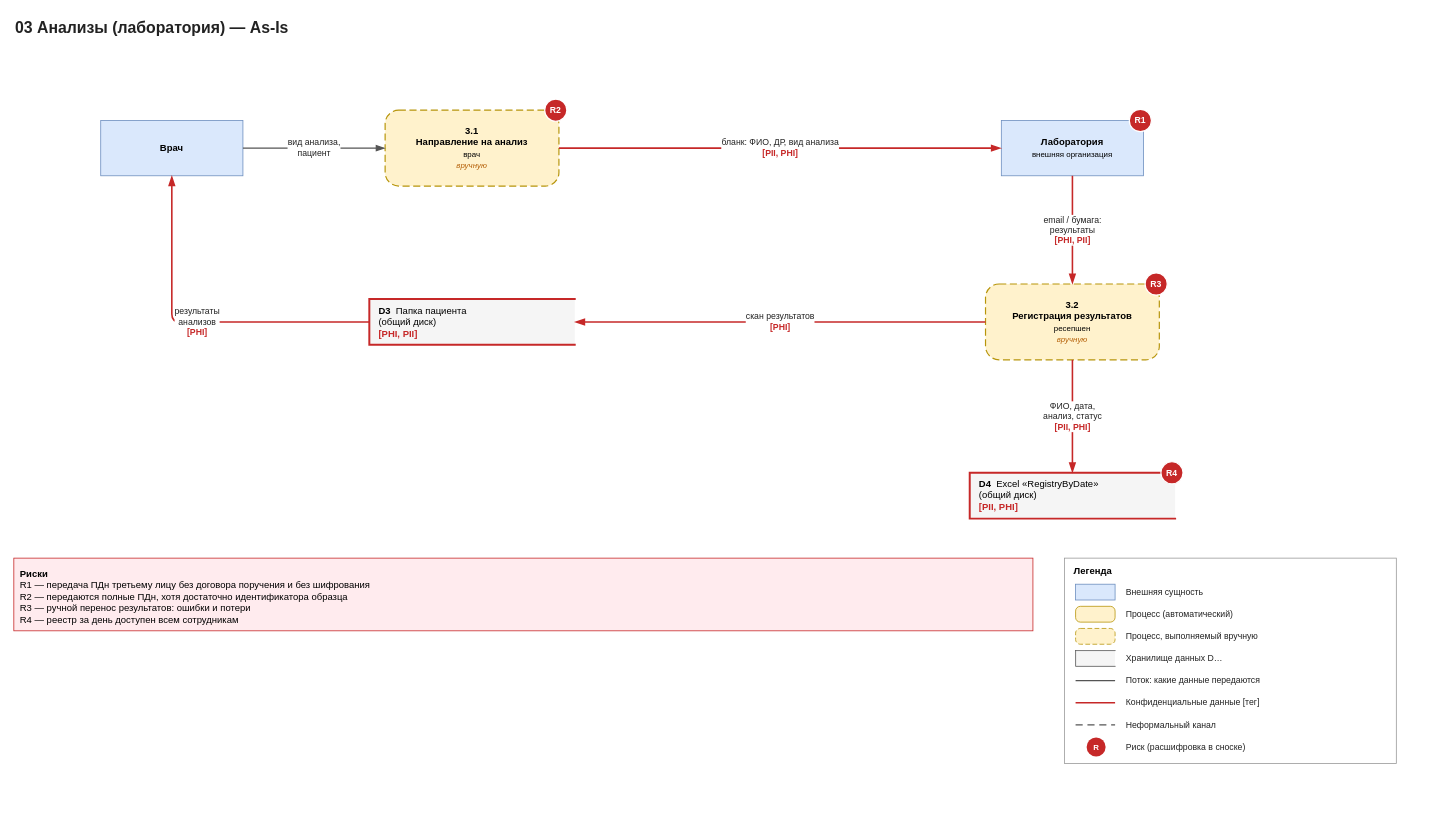
Before: page "As-Is" (1 of 2) of Task1/dfd/03-analizy.drawio in iudanet/architecture-medikamente, a draw.io diagram. Source tidied: cells renumbered, new cells numbered last; positions are measured from the earlier drawing's top-left corner, leaving out a move shared by most shapes. Both pictures are drawn from the tidied source at 79%, with x=0, y=0 at pixel (13, 13).
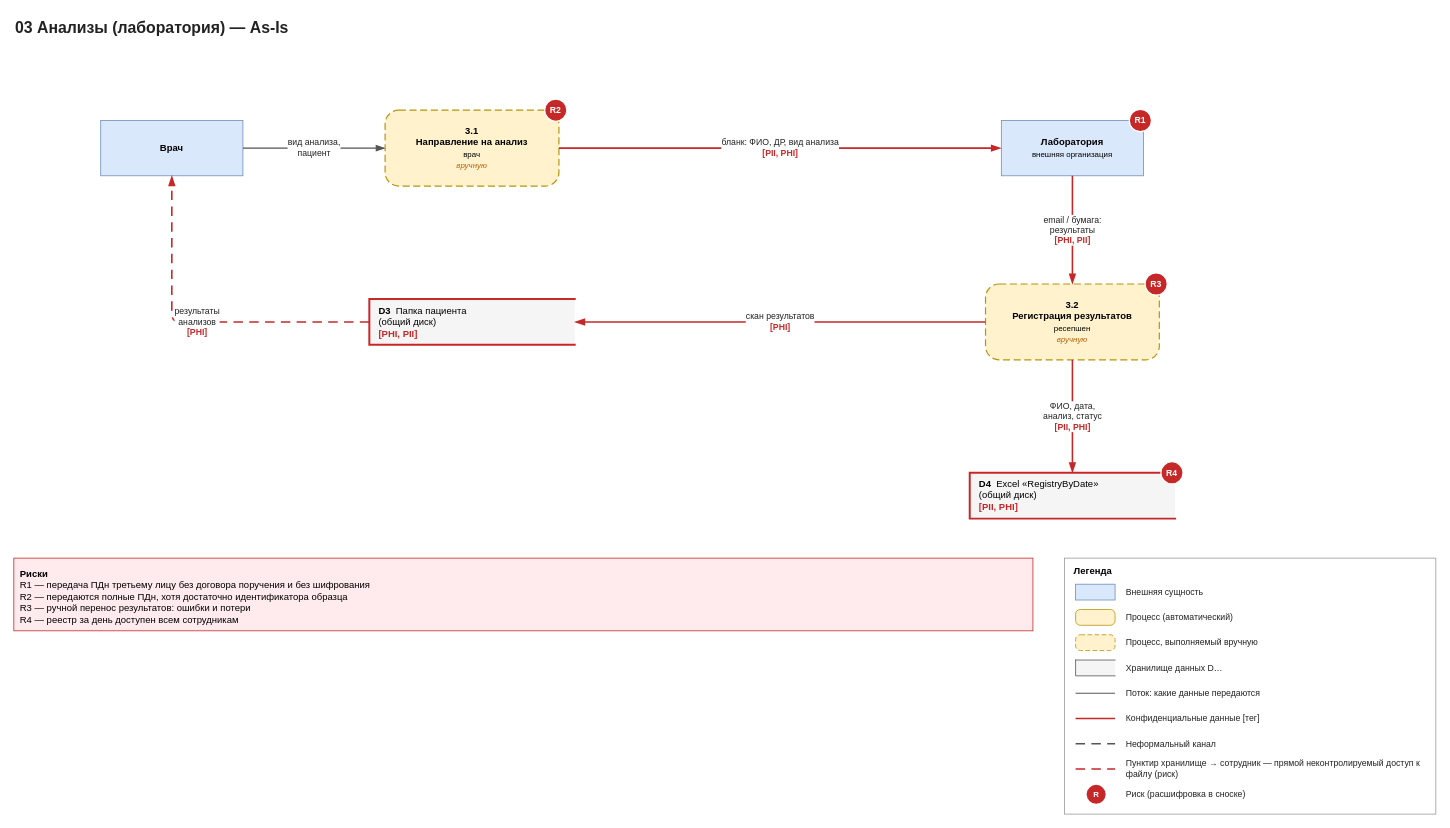
The same diagram, later.

Unchanged cells that the change refers to:
```xml
<mxCell id="3" value="&lt;b&gt;Врач&lt;/b&gt;" style="rounded=0;whiteSpace=wrap;html=1;fillColor=#DAE8FC;strokeColor=#6C8EBF;fontSize=12;spacing=4;" parent="1" vertex="1">
  <mxGeometry x="110" y="135" width="180" height="70" as="geometry" />
</mxCell>
<mxCell id="6" value="&lt;b&gt;D3&lt;/b&gt;&amp;nbsp;&amp;nbsp;Папка пациента&lt;br&gt;(общий диск)&lt;br&gt;&lt;font color=&quot;#C62828&quot;&gt;&lt;b&gt;[PHI, PII]&lt;/b&gt;&lt;/font&gt;" style="shape=partialRectangle;right=0;whiteSpace=wrap;html=1;fillColor=#F5F5F5;strokeColor=#555555;strokeWidth=1.5;fontSize=12;align=left;spacingLeft=10;strokeColor=#C62828;strokeWidth=2.5;" parent="1" vertex="1">
  <mxGeometry x="450" y="361" width="260" height="58" as="geometry" />
</mxCell>
```

Diff of the diagram source:
```diff
@@
-    <mxCell id="14" value="результаты&lt;br&gt;анализов&lt;br&gt;&lt;font color=&quot;#C62828&quot;&gt;&lt;b&gt;[PHI]&lt;/b&gt;&lt;/font&gt;" style="edgeStyle=orthogonalEdgeStyle;rounded=1;html=1;endArrow=blockThin;endFill=1;endSize=8;strokeColor=#C62828;strokeWidth=2;fontSize=11;fontColor=#222222;labelBackgroundColor=#FFFFFF;jumpStyle=arc;jumpSize=10;exitX=0;exitY=0.5;exitDx=0;exitDy=0;entryX=0.5;entryY=1;entryDx=0;entryDy=0;" parent="1" edge="1" source="6" target="3">
+    <mxCell id="14" value="результаты&lt;br&gt;анализов&lt;br&gt;&lt;font color=&quot;#C62828&quot;&gt;&lt;b&gt;[PHI]&lt;/b&gt;&lt;/font&gt;" style="edgeStyle=orthogonalEdgeStyle;rounded=1;html=1;endArrow=blockThin;endFill=1;endSize=8;strokeColor=#C62828;strokeWidth=2;fontSize=11;fontColor=#222222;labelBackgroundColor=#FFFFFF;jumpStyle=arc;jumpSize=10;dashed=1;dashPattern=6 4;exitX=0;exitY=0.5;exitDx=0;exitDy=0;entryX=0.5;entryY=1;entryDx=0;entryDy=0;" parent="1" edge="1" source="6" target="3">
       <mxGeometry relative="1" as="geometry" />
     </mxCell>
@@
     <mxCell id="20" value="&lt;b&gt;Легенда&lt;/b&gt;" style="rounded=0;whiteSpace=wrap;html=1;fillColor=#FFFFFF;strokeColor=#999999;align=left;verticalAlign=top;spacingLeft=10;spacingTop=2;fontSize=12;" parent="1" vertex="1">
-      <mxGeometry x="1330" y="689" width="420" height="260" as="geometry" />
+      <mxGeometry x="1330" y="689" width="470" height="324" as="geometry" />
     </mxCell>
@@
     <mxCell id="22" value="Внешняя сущность" style="text;html=1;whiteSpace=wrap;align=left;verticalAlign=middle;fontSize=11;fontColor=#222222;" parent="1" vertex="1">
-      <mxGeometry x="1406" y="719" width="336" height="26" as="geometry" />
+      <mxGeometry x="1406" y="717" width="386" height="30" as="geometry" />
     </mxCell>
     <mxCell id="23" style="rounded=1;arcSize=30;html=1;fillColor=#FFF2CC;strokeColor=#B7950B;" parent="1" vertex="1">
-      <mxGeometry x="1344" y="750" width="50" height="20" as="geometry" />
+      <mxGeometry x="1344" y="754" width="50" height="20" as="geometry" />
     </mxCell>
     <mxCell id="24" value="Процесс (автоматический)" style="text;html=1;whiteSpace=wrap;align=left;verticalAlign=middle;fontSize=11;fontColor=#222222;" parent="1" vertex="1">
-      <mxGeometry x="1406" y="747" width="336" height="26" as="geometry" />
+      <mxGeometry x="1406" y="749" width="386" height="30" as="geometry" />
     </mxCell>
     <mxCell id="25" style="rounded=1;arcSize=30;html=1;fillColor=#FFF2CC;strokeColor=#B7950B;dashed=1;dashPattern=6 3;" parent="1" vertex="1">
-      <mxGeometry x="1344" y="778" width="50" height="20" as="geometry" />
+      <mxGeometry x="1344" y="786" width="50" height="20" as="geometry" />
     </mxCell>
     <mxCell id="26" value="Процесс, выполняемый вручную" style="text;html=1;whiteSpace=wrap;align=left;verticalAlign=middle;fontSize=11;fontColor=#222222;" parent="1" vertex="1">
-      <mxGeometry x="1406" y="775" width="336" height="26" as="geometry" />
+      <mxGeometry x="1406" y="781" width="386" height="30" as="geometry" />
     </mxCell>
     <mxCell id="27" style="shape=partialRectangle;right=0;html=1;fillColor=#F5F5F5;strokeColor=#555555;" parent="1" vertex="1">
-      <mxGeometry x="1344" y="806" width="50" height="20" as="geometry" />
+      <mxGeometry x="1344" y="818" width="50" height="20" as="geometry" />
     </mxCell>
     <mxCell id="28" value="Хранилище данных D…" style="text;html=1;whiteSpace=wrap;align=left;verticalAlign=middle;fontSize=11;fontColor=#222222;" parent="1" vertex="1">
-      <mxGeometry x="1406" y="803" width="336" height="26" as="geometry" />
+      <mxGeometry x="1406" y="813" width="386" height="30" as="geometry" />
     </mxCell>
     <mxCell id="29" style="shape=line;html=1;strokeColor=#555555;strokeWidth=1.5;" parent="1" vertex="1">
-      <mxGeometry x="1344" y="838" width="50" height="12" as="geometry" />
+      <mxGeometry x="1344" y="854" width="50" height="12" as="geometry" />
     </mxCell>
     <mxCell id="30" value="Поток: какие данные передаются" style="text;html=1;whiteSpace=wrap;align=left;verticalAlign=middle;fontSize=11;fontColor=#222222;" parent="1" vertex="1">
-      <mxGeometry x="1406" y="831" width="336" height="26" as="geometry" />
+      <mxGeometry x="1406" y="845" width="386" height="30" as="geometry" />
     </mxCell>
     <mxCell id="31" style="shape=line;html=1;strokeColor=#C62828;strokeWidth=2;" parent="1" vertex="1">
-      <mxGeometry x="1344" y="866" width="50" height="12" as="geometry" />
+      <mxGeometry x="1344" y="886" width="50" height="12" as="geometry" />
     </mxCell>
     <mxCell id="32" value="Конфиденциальные данные [тег]" style="text;html=1;whiteSpace=wrap;align=left;verticalAlign=middle;fontSize=11;fontColor=#222222;" parent="1" vertex="1">
-      <mxGeometry x="1406" y="859" width="336" height="26" as="geometry" />
+      <mxGeometry x="1406" y="877" width="386" height="30" as="geometry" />
     </mxCell>
-    <mxCell id="33" style="shape=line;html=1;strokeColor=#555555;strokeWidth=1.5;dashed=1;dashPattern=6 4;" parent="1" vertex="1">
-      <mxGeometry x="1344" y="894" width="50" height="12" as="geometry" />
+    <mxCell id="33" style="shape=line;html=1;strokeColor=#555555;strokeWidth=2;dashed=1;dashPattern=6 4;" parent="1" vertex="1">
+      <mxGeometry x="1344" y="918" width="50" height="12" as="geometry" />
     </mxCell>
     <mxCell id="34" value="Неформальный канал" style="text;html=1;whiteSpace=wrap;align=left;verticalAlign=middle;fontSize=11;fontColor=#222222;" parent="1" vertex="1">
-      <mxGeometry x="1406" y="887" width="336" height="26" as="geometry" />
+      <mxGeometry x="1406" y="909" width="386" height="30" as="geometry" />
     </mxCell>
-    <mxCell id="35" value="&lt;b&gt;R&lt;/b&gt;" style="ellipse;html=1;fillColor=#C62828;strokeColor=none;fontColor=#FFFFFF;fontSize=10;" parent="1" vertex="1">
-      <mxGeometry x="1358" y="916" width="24" height="24" as="geometry" />
+    <mxCell id="35" style="shape=line;html=1;strokeColor=#C62828;strokeWidth=2;dashed=1;dashPattern=6 4;" parent="1" vertex="1">
+      <mxGeometry x="1344" y="950" width="50" height="12" as="geometry" />
     </mxCell>
-    <mxCell id="36" value="Риск (расшифровка в сноске)" style="text;html=1;whiteSpace=wrap;align=left;verticalAlign=middle;fontSize=11;fontColor=#222222;" parent="1" vertex="1">
-      <mxGeometry x="1406" y="915" width="336" height="26" as="geometry" />
+    <mxCell id="36" value="Пунктир хранилище → сотрудник — прямой неконтролируемый доступ к файлу (риск)" style="text;html=1;whiteSpace=wrap;align=left;verticalAlign=middle;fontSize=11;fontColor=#222222;" parent="1" vertex="1">
+      <mxGeometry x="1406" y="941" width="386" height="30" as="geometry" />
     </mxCell>
+    <mxCell id="37" value="&lt;b&gt;R&lt;/b&gt;" style="ellipse;html=1;fillColor=#C62828;strokeColor=none;fontColor=#FFFFFF;fontSize=10;" parent="1" vertex="1">
+      <mxGeometry x="1358" y="976" width="24" height="24" as="geometry" />
+    </mxCell>
+    <mxCell id="38" value="Риск (расшифровка в сноске)" style="text;html=1;whiteSpace=wrap;align=left;verticalAlign=middle;fontSize=11;fontColor=#222222;" parent="1" vertex="1">
+      <mxGeometry x="1406" y="973" width="386" height="30" as="geometry" />
+    </mxCell>
```
